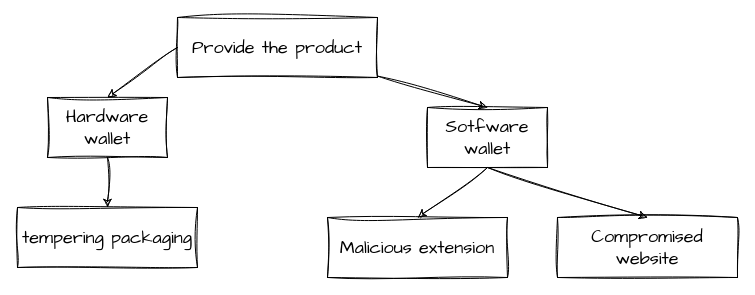
rya-sge/access-denied keeps this draw.io diagram as page "Provie the product" (9 of 13) of schema/crypto-wallet.drawio. Above is the earlier version. Source tidied: cells renumbered, new cells numbered last; positions are measured from the earlier drawing's top-left corner, leaving out a move shared by most shapes. Both pictures are drawn from the tidied source at 100%, with x=0, y=0 at pixel (17, 17).
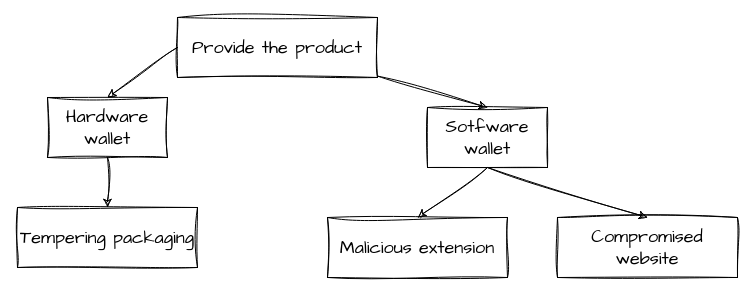
Above is the later version.

Diff of the diagram source:
```diff
@@
 <mxGraphModel>
   <root>
     <mxCell id="0" />
     <mxCell id="1" parent="0" />
     <mxCell id="2" value="Provide the product" style="rounded=0;whiteSpace=wrap;html=1;labelBackgroundColor=none;sketch=1;hachureGap=4;jiggle=2;fontFamily=Architects Daughter;fontSize=18;fontColor=default;fillColor=none;" parent="1" vertex="1">
       <mxGeometry x="160" width="200" height="60" as="geometry" />
     </mxCell>
     <mxCell id="3" value="Hardware wallet" style="rounded=0;whiteSpace=wrap;html=1;labelBackgroundColor=none;sketch=1;hachureGap=4;jiggle=2;fontFamily=Architects Daughter;fontSize=18;fontColor=default;fillColor=none;" parent="1" vertex="1">
       <mxGeometry x="30" y="80" width="120" height="60" as="geometry" />
     </mxCell>
     <mxCell id="4" value="Sotfware wallet" style="rounded=0;whiteSpace=wrap;html=1;labelBackgroundColor=none;sketch=1;hachureGap=4;jiggle=2;fontFamily=Architects Daughter;fontSize=18;fontColor=default;fillColor=none;" parent="1" vertex="1">
       <mxGeometry x="410" y="90" width="120" height="60" as="geometry" />
     </mxCell>
-    <mxCell id="5" value="tempering packaging" style="rounded=0;whiteSpace=wrap;html=1;labelBackgroundColor=none;sketch=1;hachureGap=4;jiggle=2;fontFamily=Architects Daughter;fontSize=18;fontColor=default;fillColor=none;" parent="1" vertex="1">
+    <mxCell id="5" value="Tempering packaging" style="rounded=0;whiteSpace=wrap;html=1;labelBackgroundColor=none;sketch=1;hachureGap=4;jiggle=2;fontFamily=Architects Daughter;fontSize=18;fontColor=default;fillColor=none;" parent="1" vertex="1">
       <mxGeometry y="190" width="180" height="60" as="geometry" />
     </mxCell>
     <mxCell id="6" value="Malicious extension" style="rounded=0;whiteSpace=wrap;html=1;labelBackgroundColor=none;sketch=1;hachureGap=4;jiggle=2;fontFamily=Architects Daughter;fontSize=18;fontColor=default;fillColor=none;" parent="1" vertex="1">
       <mxGeometry x="310" y="200" width="180" height="60" as="geometry" />
     </mxCell>
     <mxCell id="7" value="Compromised website" style="rounded=0;whiteSpace=wrap;html=1;labelBackgroundColor=none;sketch=1;hachureGap=4;jiggle=2;fontFamily=Architects Daughter;fontSize=18;fontColor=default;fillColor=none;" parent="1" vertex="1">
       <mxGeometry x="540" y="200" width="180" height="60" as="geometry" />
     </mxCell>
     <mxCell id="8" style="endArrow=classic;html=1;rounded=0;sketch=1;hachureGap=4;jiggle=2;fontFamily=Architects Daughter;fontSize=18;fontColor=default;exitX=0;exitY=0.5;exitDx=0;exitDy=0;entryX=0.5;entryY=0;entryDx=0;entryDy=0;" parent="1" edge="1" source="2" target="3">
       <mxGeometry relative="1" as="geometry" />
     </mxCell>
     <mxCell id="9" style="endArrow=classic;html=1;rounded=0;sketch=1;hachureGap=4;jiggle=2;fontFamily=Architects Daughter;fontSize=18;fontColor=default;exitX=0.5;exitY=1;exitDx=0;exitDy=0;" parent="1" edge="1" source="3" target="5">
       <mxGeometry relative="1" as="geometry" />
     </mxCell>
     <mxCell id="10" style="endArrow=classic;html=1;rounded=0;sketch=1;hachureGap=4;jiggle=2;fontFamily=Architects Daughter;fontSize=18;fontColor=default;entryX=0.5;entryY=0;entryDx=0;entryDy=0;" parent="1" edge="1" source="2" target="4">
       <mxGeometry relative="1" as="geometry" />
     </mxCell>
     <mxCell id="11" style="endArrow=classic;html=1;rounded=0;sketch=1;hachureGap=4;jiggle=2;fontFamily=Architects Daughter;fontSize=18;fontColor=default;exitX=0.5;exitY=1;exitDx=0;exitDy=0;entryX=0.5;entryY=0;entryDx=0;entryDy=0;" parent="1" edge="1" source="4" target="6">
       <mxGeometry relative="1" as="geometry" />
     </mxCell>
     <mxCell id="12" style="endArrow=classic;html=1;rounded=0;sketch=1;hachureGap=4;jiggle=2;fontFamily=Architects Daughter;fontSize=18;fontColor=default;entryX=0.5;entryY=0;entryDx=0;entryDy=0;" parent="1" edge="1" target="7">
       <mxGeometry relative="1" as="geometry">
         <mxPoint x="470" y="150" as="sourcePoint" />
       </mxGeometry>
     </mxCell>
   </root>
 </mxGraphModel>
```
